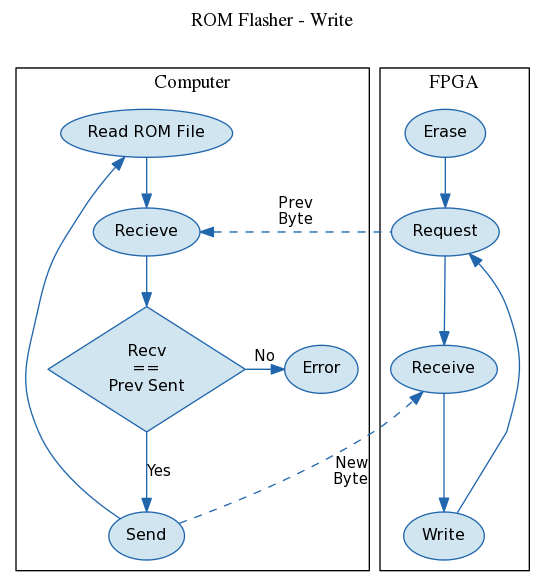
Earlier version of the Graphviz export fpga/rom_flasher/doc/block_diagram_write.png (bear24rw/sggoc). Its source is kept beside it as fpga/rom_flasher/doc/block_diagram_write.dot. The source it was exported from:
```dot
digraph G {
    labelloc="t";
    label="ROM Flasher - Write\n\n";

    graph [rankdir=TB, ordering="out", nodesep=0.2, colorscheme=rdbu9];
    node [nodesep=0.2, label="\N", style="filled", colorscheme=rdbu9, color=9, fillcolor=6, fontname="Arial narrow", fontsize=12];
    edge [colorscheme=rdbu9, color=9, fontsize=11, fontname="Arial narrow"];

    subgraph clusterComputer{

        label = "Computer";

        c_file[label="Read ROM File"];
        c_recv[label="Recieve"];
        c_check[label="Recv\n==\nPrev Sent", shape=diamond];
        c_send[label="Send"];
        c_exit[label="Error"];

        c_file -> c_send[dir="back", weight=0];
        c_file -> c_recv -> c_check;
        c_check -> c_send[label="Yes"];
        c_check -> c_exit[label="No"];

        {rank=same; c_check c_exit};
    };

    subgraph clusterFPGA{

        label = "FPGA";

        s_erase[label="Erase"];
        s_request[label="Request"];
        s_recv[label="Receive"];
        s_write[label="Write"];

        s_erase -> s_request -> s_recv -> s_write;
        s_write -> s_request[constraint=false];
    };

    c_recv -> s_request[dir="back", label="Prev\nByte", style="dashed", weight=0, constraint=false];
    c_send -> s_recv[label="New\nByte", style="dashed", weight=0, constraint=false];

}
```
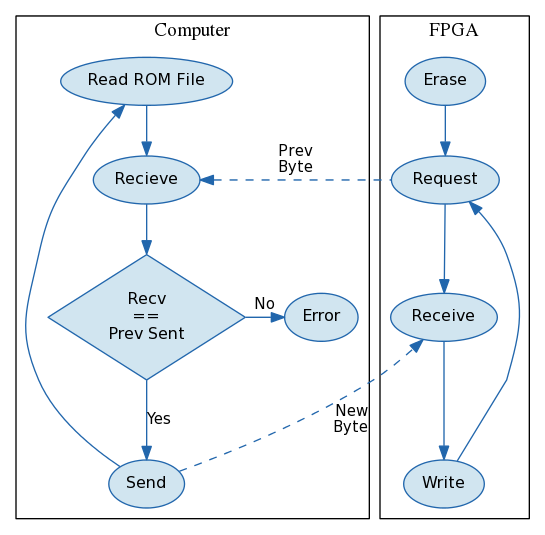
The same file after the commit.

Commit message:
[rom_flasher][doc] removed titles from diagrams

Diff of the diagram source:
```diff
@@ -1,6 +1,4 @@
 digraph G {
-    labelloc="t";
-    label="ROM Flasher - Write\n\n";
 
     graph [rankdir=TB, ordering="out", nodesep=0.2, colorscheme=rdbu9];
     node [nodesep=0.2, label="\N", style="filled", colorscheme=rdbu9, color=9, fillcolor=6, fontname="Arial narrow", fontsize=12];
```
